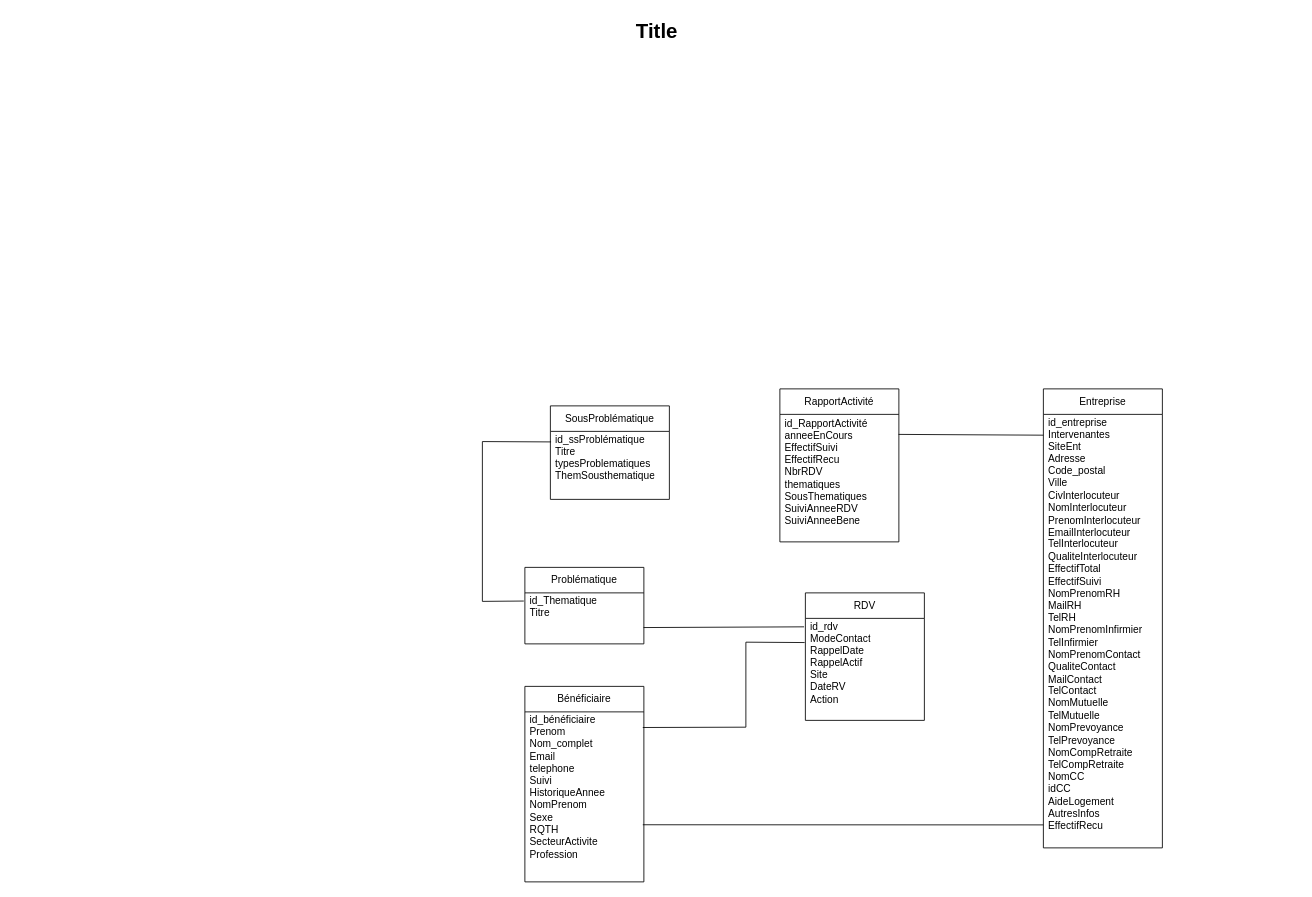
lttlekiwi/diagramme keeps this draw.io diagram as mcd.drawio. Above is the earlier version. Source tidied: cells renumbered, new cells numbered last; positions are measured from the earlier drawing's top-left corner, leaving out a move shared by most shapes. Both pictures are drawn from the tidied source at 85%, with x=0, y=0 at pixel (14, 14).
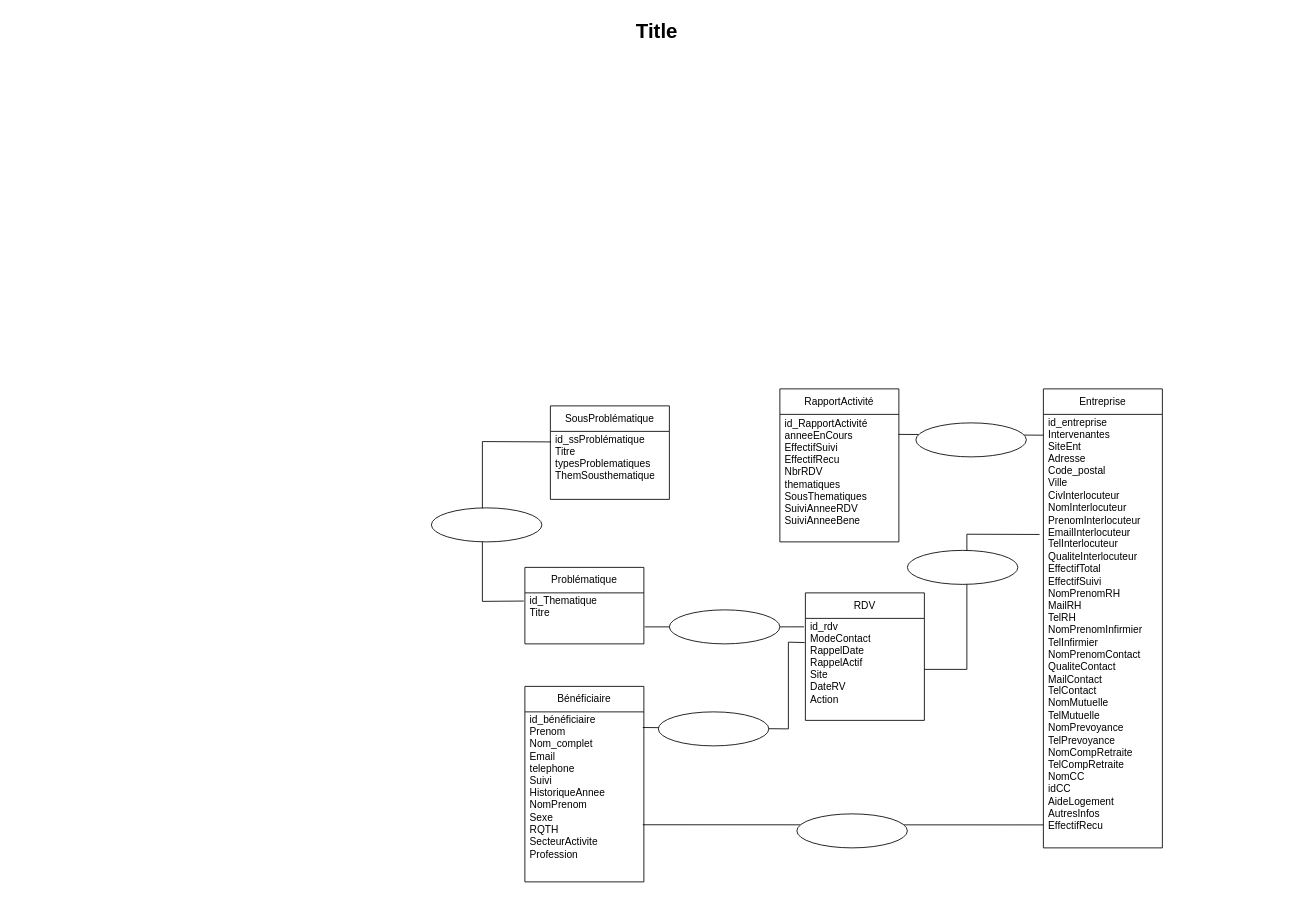
The same page after the edit.

Commit message (it also covers changes not shown here):
Mettre à jour mcd.drawio

Unchanged cells that the change refers to:
```xml
<mxCell id="4" value="&lt;div&gt;id_rdv&lt;/div&gt;&lt;div&gt;ModeContact&lt;/div&gt;&lt;div&gt;RappelDate&lt;/div&gt;&lt;div&gt;RappelActif&lt;/div&gt;&lt;div&gt;Site&lt;/div&gt;&lt;div&gt;DateRV&lt;/div&gt;&lt;div&gt;Action&lt;/div&gt;&lt;div&gt;&lt;br&gt;&lt;/div&gt;&lt;div&gt;&lt;br&gt;&lt;/div&gt;" style="text;strokeColor=none;fillColor=none;align=left;verticalAlign=middle;spacingLeft=4;spacingRight=4;overflow=hidden;points=[[0,0.5],[1,0.5]];portConstraint=eastwest;whiteSpace=wrap;html=1;" parent="3" vertex="1">
  <mxGeometry y="30" width="140" height="120" as="geometry" />
</mxCell>
<mxCell id="8" value="id_Thematique&lt;div&gt;Titre&lt;/div&gt;&lt;div&gt;&lt;br&gt;&lt;/div&gt;&lt;div&gt;&lt;br&gt;&lt;/div&gt;" style="text;strokeColor=none;fillColor=none;align=left;verticalAlign=middle;spacingLeft=4;spacingRight=4;overflow=hidden;points=[[0,0.5],[1,0.5]];portConstraint=eastwest;whiteSpace=wrap;html=1;" parent="7" vertex="1">
  <mxGeometry y="30" width="140" height="60" as="geometry" />
</mxCell>
<mxCell id="10" value="id_entreprise&lt;div&gt;Intervenantes&lt;/div&gt;&lt;div&gt;SiteEnt&lt;/div&gt;&lt;div&gt;Adresse&lt;/div&gt;&lt;div&gt;Code_postal&lt;/div&gt;&lt;div&gt;Ville&lt;/div&gt;&lt;div&gt;CivInterlocuteur&lt;/div&gt;&lt;div&gt;NomInterlocuteur&lt;/div&gt;&lt;div&gt;PrenomInterlocuteur&lt;/div&gt;&lt;div&gt;&lt;span style=&quot;background-color: initial;&quot;&gt;EmailInterlocuteur&lt;/span&gt;&lt;/div&gt;&lt;div&gt;&lt;span style=&quot;background-color: initial;&quot;&gt;TelInterlocuteur&lt;/span&gt;&lt;/div&gt;&lt;div&gt;QualiteInterlocuteur&lt;/div&gt;&lt;div&gt;EffectifTotal&lt;/div&gt;&lt;div&gt;EffectifSuivi&lt;/div&gt;&lt;div&gt;NomPrenomRH&lt;/div&gt;&lt;div&gt;MailRH&lt;/div&gt;&lt;div&gt;TelRH&lt;/div&gt;&lt;div&gt;NomPrenomInfirmier&lt;/div&gt;&lt;div&gt;TelInfirmier&lt;/div&gt;&lt;div&gt;NomPrenomContact&lt;/div&gt;&lt;div&gt;QualiteContact&lt;/div&gt;&lt;div&gt;MailContact&lt;/div&gt;&lt;div&gt;TelContact&lt;/div&gt;&lt;div&gt;NomMutuelle&lt;/div&gt;&lt;div&gt;TelMutuelle&lt;/div&gt;&lt;div&gt;NomPrevoyance&lt;/div&gt;&lt;div&gt;TelPrevoyance&lt;/div&gt;&lt;div&gt;NomCompRetraite&lt;/div&gt;&lt;div&gt;TelCompRetraite&lt;/div&gt;&lt;div&gt;NomCC&lt;/div&gt;&lt;div&gt;idCC&lt;/div&gt;&lt;div&gt;AideLogement&lt;/div&gt;&lt;div&gt;AutresInfos&lt;/div&gt;&lt;div&gt;EffectifRecu&lt;/div&gt;&lt;div&gt;&lt;br&gt;&lt;/div&gt;&lt;div&gt;&lt;br&gt;&lt;/div&gt;&lt;div&gt;&lt;br&gt;&lt;/div&gt;" style="text;strokeColor=none;fillColor=none;align=left;verticalAlign=middle;spacingLeft=4;spacingRight=4;overflow=hidden;points=[[0,0.5],[1,0.5]];portConstraint=eastwest;whiteSpace=wrap;html=1;" parent="9" vertex="1">
  <mxGeometry y="30" width="140" height="510" as="geometry" />
</mxCell>
<mxCell id="12" value="id_bénéficiaire&lt;div&gt;Prenom&lt;/div&gt;&lt;div&gt;Nom_complet&lt;/div&gt;&lt;div&gt;Email&lt;/div&gt;&lt;div&gt;telephone&lt;/div&gt;&lt;div&gt;Suivi&lt;/div&gt;&lt;div&gt;HistoriqueAnnee&lt;/div&gt;&lt;div&gt;NomPrenom&lt;/div&gt;&lt;div&gt;Sexe&lt;/div&gt;&lt;div&gt;RQTH&lt;/div&gt;&lt;div&gt;SecteurActivite&lt;/div&gt;&lt;div&gt;Profession&lt;/div&gt;&lt;div&gt;&lt;br&gt;&lt;/div&gt;&lt;div&gt;&lt;br&gt;&lt;/div&gt;&lt;div&gt;&lt;br&gt;&lt;/div&gt;" style="text;strokeColor=none;fillColor=none;align=left;verticalAlign=middle;spacingLeft=4;spacingRight=4;overflow=hidden;points=[[0,0.5],[1,0.5]];portConstraint=eastwest;whiteSpace=wrap;html=1;" parent="11" vertex="1">
  <mxGeometry y="30" width="140" height="200" as="geometry" />
</mxCell>
```

Change to the diagram source:
```diff
@@
-    <mxCell id="17" style="endArrow=none;html=1;rounded=0;exitX=0.997;exitY=0.68;exitDx=0;exitDy=0;exitPerimeter=0;entryX=-0.011;entryY=0.083;entryDx=0;entryDy=0;entryPerimeter=0;" parent="1" edge="1" source="8" target="4">
+    <mxCell id="17" style="endArrow=none;html=1;rounded=0;exitX=1;exitY=0.5;exitDx=0;exitDy=0;entryX=-0.011;entryY=0.083;entryDx=0;entryDy=0;entryPerimeter=0;" parent="1" edge="1" source="27" target="4">
       <mxGeometry relative="1" as="geometry" />
     </mxCell>
@@
     <mxCell id="19" style="endArrow=none;html=1;rounded=0;exitX=0.991;exitY=0.092;exitDx=0;exitDy=0;exitPerimeter=0;entryX=-0.006;entryY=0.237;entryDx=0;entryDy=0;entryPerimeter=0;" parent="1" edge="1" source="12" target="4">
       <mxGeometry relative="1" as="geometry">
         <Array as="points">
-          <mxPoint x="860" y="838" />
-          <mxPoint x="860" y="738" />
+          <mxPoint x="910" y="840" />
+          <mxPoint x="910" y="738" />
         </Array>
       </mxGeometry>
     </mxCell>
+    <mxCell id="20" style="endArrow=none;html=1;rounded=0;entryX=-0.032;entryY=0.277;entryDx=0;entryDy=0;entryPerimeter=0;exitX=1;exitY=0.5;exitDx=0;exitDy=0;" parent="1" edge="1" source="4" target="10">
+      <mxGeometry relative="1" as="geometry">
+        <Array as="points">
+          <mxPoint x="1120" y="770" />
+          <mxPoint x="1120" y="611" />
+        </Array>
+      </mxGeometry>
+    </mxCell>
+    <mxCell id="21" style="ellipse;whiteSpace=wrap;html=1;" parent="1" vertex="1">
+      <mxGeometry x="490" y="580" width="130" height="40" as="geometry" />
+    </mxCell>
+    <mxCell id="22" style="ellipse;whiteSpace=wrap;html=1;" parent="1" vertex="1">
+      <mxGeometry x="1060" y="480" width="130" height="40" as="geometry" />
+    </mxCell>
+    <mxCell id="23" style="ellipse;whiteSpace=wrap;html=1;" parent="1" vertex="1">
+      <mxGeometry x="1050" y="630" width="130" height="40" as="geometry" />
+    </mxCell>
+    <mxCell id="24" style="ellipse;whiteSpace=wrap;html=1;" parent="1" vertex="1">
+      <mxGeometry x="920" y="940" width="130" height="40" as="geometry" />
+    </mxCell>
+    <mxCell id="25" style="ellipse;whiteSpace=wrap;html=1;" parent="1" vertex="1">
+      <mxGeometry x="757" y="820" width="130" height="40" as="geometry" />
+    </mxCell>
+    <mxCell id="26" style="endArrow=none;html=1;rounded=0;entryX=0;entryY=0.5;entryDx=0;entryDy=0;" parent="1" edge="1" target="27">
+      <mxGeometry relative="1" as="geometry">
+        <mxPoint x="741" y="720" as="sourcePoint" />
+      </mxGeometry>
+    </mxCell>
+    <mxCell id="27" style="ellipse;whiteSpace=wrap;html=1;" parent="1" vertex="1">
+      <mxGeometry x="770" y="700" width="130" height="40" as="geometry" />
+    </mxCell>
```
